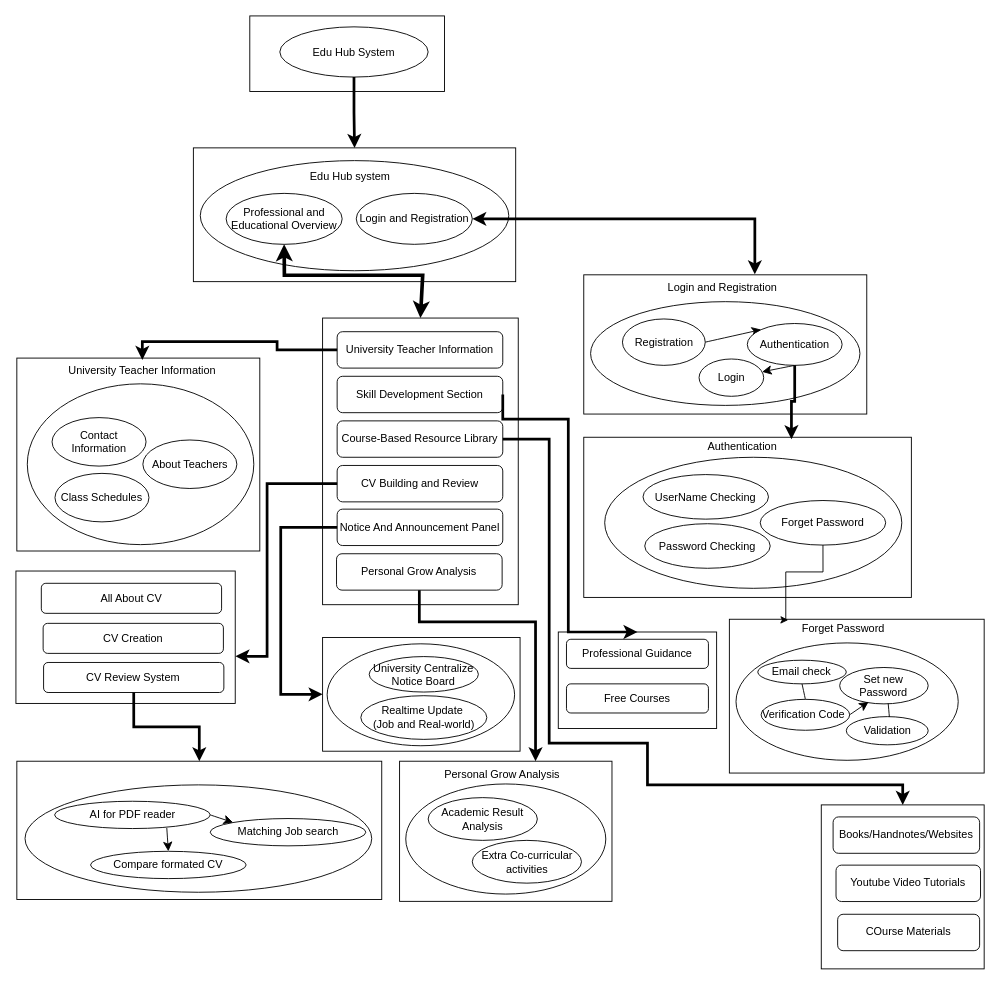
Above: Untitled Diagram.drawio in msahid-cse/Low-level-design (draw.io), before the change. Source tidied: cells renumbered, new cells numbered last; positions are measured from the earlier drawing's top-left corner, leaving out a move shared by most shapes. Both pictures are drawn from the tidied source at 91%, with x=0, y=0 at pixel (15, 15).
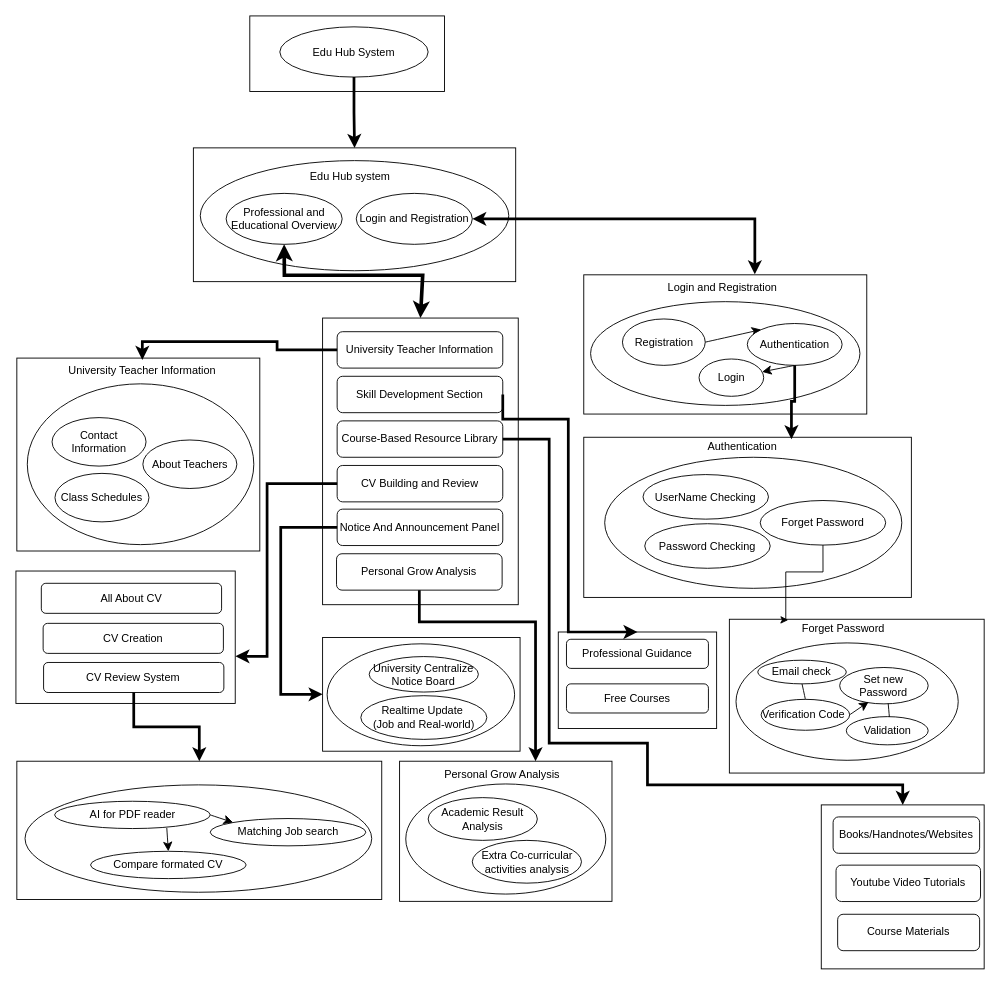
The same page after the edit.

Commit message:
Update low level  Diagram.drawio

What changed in the source:
```diff
@@
-    <mxCell id="84" value="Extra Co-curricular activities" style="ellipse;whiteSpace=wrap;html=1;" parent="1" vertex="1">
+    <mxCell id="84" value="Extra Co-curricular activities analysis" style="ellipse;whiteSpace=wrap;html=1;" parent="1" vertex="1">
       <mxGeometry x="501.5" y="906" width="120" height="47" as="geometry" />
     </mxCell>
@@
-    <mxCell id="92" value="COurse Materials" style="rounded=1;whiteSpace=wrap;html=1;" parent="1" vertex="1">
+    <mxCell id="92" value="Course Materials" style="rounded=1;whiteSpace=wrap;html=1;" parent="1" vertex="1">
       <mxGeometry x="903" y="987.2" width="156" height="40" as="geometry" />
     </mxCell>
```
